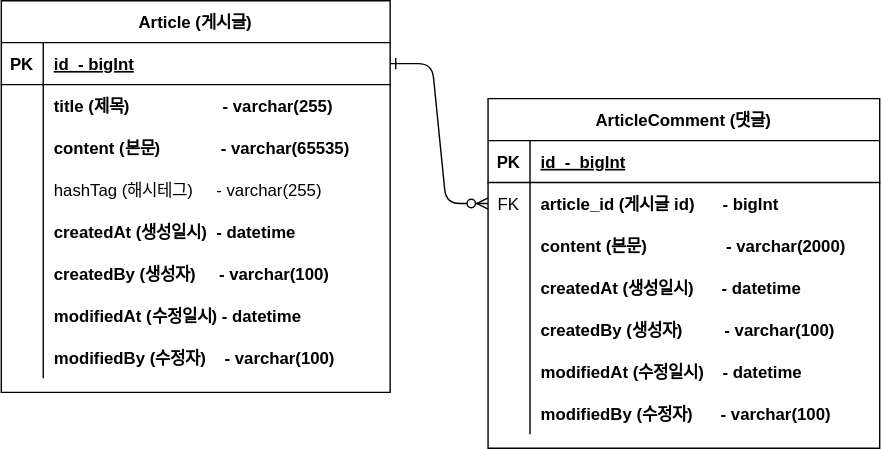
The draw.io diagram document/project-board.svg in buchonsi/board-service, before a commit. Source tidied: cells renumbered, new cells last; positions are measured from the earlier drawing's top-left corner, leaving out a move shared by most shapes.
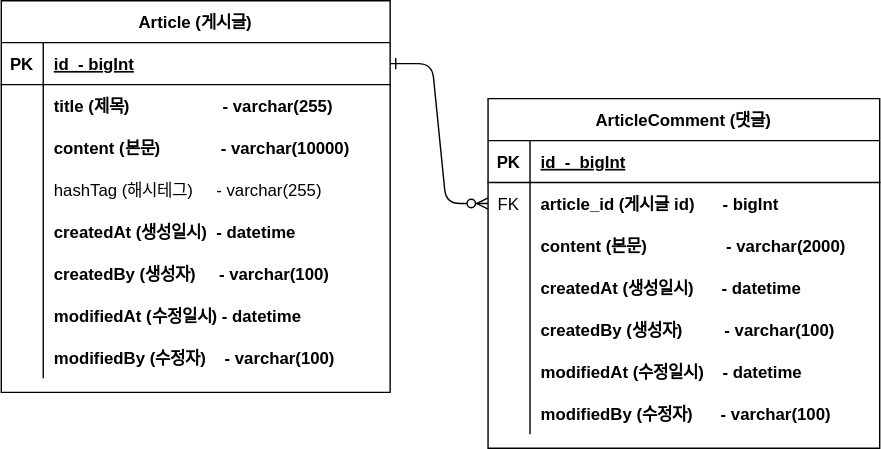
After the commit.

Commit message:
#5 - ERD content 필드 사이즈 수정 : project-board.svg

Change to the diagram source:
```diff
@@ -98,7 +98,7 @@
     <mxCell id="33" style="shape=partialRectangle;overflow=hidden;fillColor=none;top=0;left=0;bottom=0;right=0;" parent="32" vertex="1">
       <mxGeometry width="30" height="30" as="geometry" />
     </mxCell>
-    <mxCell id="34" value="content (본문)             - varchar(65535)" style="shape=partialRectangle;overflow=hidden;fillColor=none;top=0;left=0;bottom=0;right=0;align=left;spacingLeft=6;fontStyle=1;" parent="32" vertex="1">
+    <mxCell id="34" value="content (본문)             - varchar(10000)" style="shape=partialRectangle;overflow=hidden;fillColor=none;top=0;left=0;bottom=0;right=0;align=left;spacingLeft=6;fontStyle=1;" parent="32" vertex="1">
       <mxGeometry x="30" width="248" height="30" as="geometry" />
     </mxCell>
     <mxCell id="35" style="shape=partialRectangle;fillColor=none;top=0;left=0;right=0;bottom=0;" parent="25" vertex="1">
```
